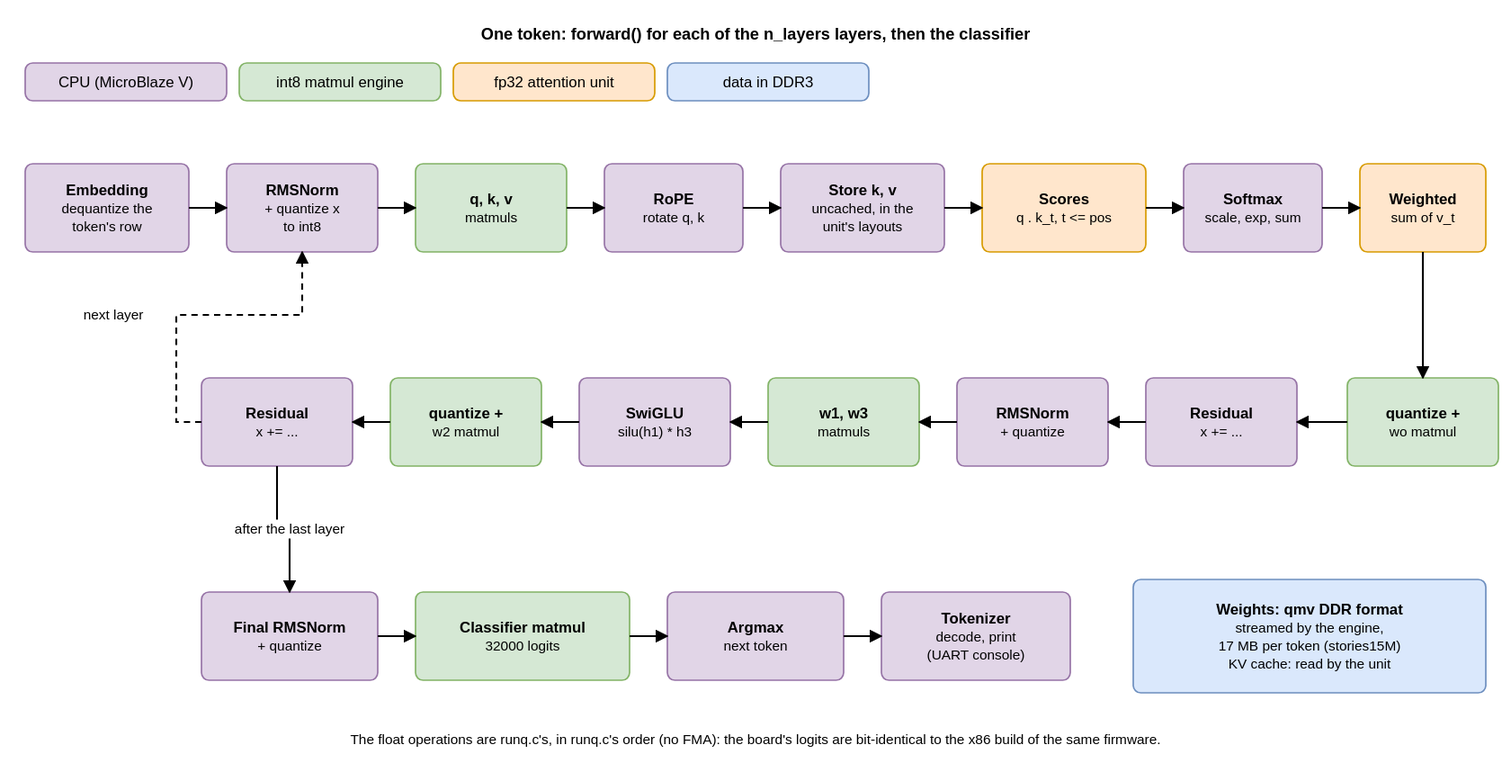
The draw.io diagram docs/diagrams/token_flow.drawio.svg in tenderribs/llm_fpga, before a commit. Source tidied: cells renumbered, new cells last; positions are measured from the earlier drawing's top-left corner, leaving out a move shared by most shapes.
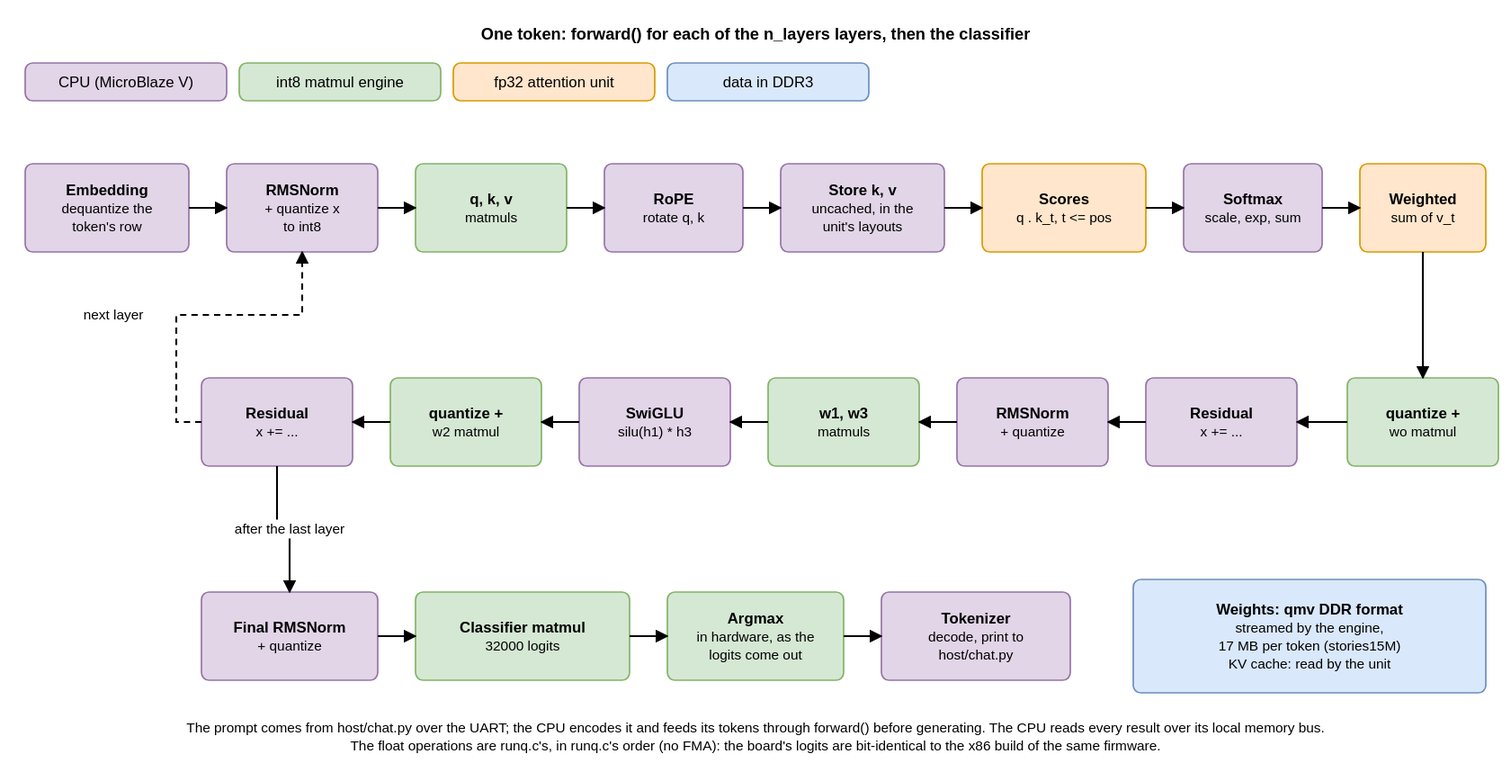
After the commit.

Diff of the diagram source:
```diff
@@ -68,10 +68,10 @@
     <mxCell id="23" value="&lt;b&gt;Classifier matmul&lt;/b&gt;&lt;br&gt;&lt;font style=&quot;font-size: 11px;&quot;&gt;32000 logits&lt;/font&gt;" style="rounded=1;whiteSpace=wrap;html=1;fillColor=#d5e8d4;strokeColor=#82b366;fontFamily=Helvetica;fontSize=12;arcSize=6;absoluteArcSize=1;" parent="1" vertex="1">
       <mxGeometry x="310" y="455" width="170" height="70" as="geometry" />
     </mxCell>
-    <mxCell id="24" value="&lt;b&gt;Argmax&lt;/b&gt;&lt;br&gt;&lt;font style=&quot;font-size: 11px;&quot;&gt;next token&lt;/font&gt;" style="rounded=1;whiteSpace=wrap;html=1;fillColor=#e1d5e7;strokeColor=#9673a6;fontFamily=Helvetica;fontSize=12;arcSize=6;absoluteArcSize=1;" parent="1" vertex="1">
+    <mxCell id="24" value="&lt;b&gt;Argmax&lt;/b&gt;&lt;br&gt;&lt;font style=&quot;font-size: 11px;&quot;&gt;in hardware, as the&lt;/font&gt;&lt;br&gt;&lt;font style=&quot;font-size: 11px;&quot;&gt;logits come out&lt;/font&gt;" style="rounded=1;whiteSpace=wrap;html=1;fillColor=#d5e8d4;strokeColor=#82b366;fontFamily=Helvetica;fontSize=12;arcSize=6;absoluteArcSize=1;" parent="1" vertex="1">
       <mxGeometry x="510" y="455" width="140" height="70" as="geometry" />
     </mxCell>
-    <mxCell id="25" value="&lt;b&gt;Tokenizer&lt;/b&gt;&lt;br&gt;&lt;font style=&quot;font-size: 11px;&quot;&gt;decode, print&lt;/font&gt;&lt;br&gt;&lt;font style=&quot;font-size: 11px;&quot;&gt;(UART console)&lt;/font&gt;" style="rounded=1;whiteSpace=wrap;html=1;fillColor=#e1d5e7;strokeColor=#9673a6;fontFamily=Helvetica;fontSize=12;arcSize=6;absoluteArcSize=1;" parent="1" vertex="1">
+    <mxCell id="25" value="&lt;b&gt;Tokenizer&lt;/b&gt;&lt;br&gt;&lt;font style=&quot;font-size: 11px;&quot;&gt;decode, print to&lt;/font&gt;&lt;br&gt;&lt;font style=&quot;font-size: 11px;&quot;&gt;host/chat.py&lt;/font&gt;" style="rounded=1;whiteSpace=wrap;html=1;fillColor=#e1d5e7;strokeColor=#9673a6;fontFamily=Helvetica;fontSize=12;arcSize=6;absoluteArcSize=1;" parent="1" vertex="1">
       <mxGeometry x="680" y="455" width="150" height="70" as="geometry" />
     </mxCell>
     <mxCell id="26" value="&lt;b&gt;Weights: qmv DDR format&lt;/b&gt;&lt;br&gt;&lt;font style=&quot;font-size: 11px;&quot;&gt;streamed by the engine,&lt;/font&gt;&lt;br&gt;&lt;font style=&quot;font-size: 11px;&quot;&gt;17 MB per token (stories15M)&lt;/font&gt;&lt;br&gt;&lt;font style=&quot;font-size: 11px;&quot;&gt;KV cache: read by the unit&lt;/font&gt;" style="rounded=1;whiteSpace=wrap;html=1;fillColor=#dae8fc;strokeColor=#6c8ebf;fontFamily=Helvetica;fontSize=12;arcSize=6;absoluteArcSize=1;" parent="1" vertex="1">
@@ -151,8 +151,8 @@
     <mxCell id="47" style="edgeStyle=none;html=1;rounded=0;endArrow=block;endFill=1;strokeColor=#000000;strokeWidth=1.5;exitX=1;exitY=0.5;exitDx=0;exitDy=0;entryX=0;entryY=0.5;entryDx=0;entryDy=0;" parent="1" edge="1" source="24" target="25">
       <mxGeometry relative="1" as="geometry" />
     </mxCell>
-    <mxCell id="48" value="The float operations are runq.c&amp;#x27;s, in runq.c&amp;#x27;s order (no FMA): the board&amp;#x27;s logits are bit-identical to the x86 build of the same firmware." style="text;html=1;align=center;verticalAlign=middle;fontFamily=Helvetica;fontSize=11;" parent="1" vertex="1">
-      <mxGeometry y="555" width="1160" height="34" as="geometry" />
+    <mxCell id="48" value="The prompt comes from host/chat.py over the UART; the CPU encodes it and feeds its tokens through forward() before generating. The CPU reads every result over its local memory bus.&lt;br&gt;The float operations are runq.c&amp;#x27;s, in runq.c&amp;#x27;s order (no FMA): the board&amp;#x27;s logits are bit-identical to the x86 build of the same firmware." style="text;html=1;align=center;verticalAlign=middle;fontFamily=Helvetica;fontSize=11;" parent="1" vertex="1">
+      <mxGeometry y="550" width="1160" height="40" as="geometry" />
     </mxCell>
   </root>
 </mxGraphModel>
```
